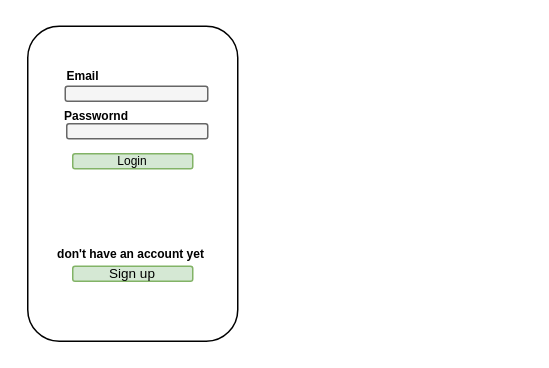
This is Untitled Diagram.drawio from valterlbr/CA, a draw.io file, before an edit. Source tidied: cells renumbered, new cells numbered last; positions are measured from the earlier drawing's top-left corner, leaving out a move shared by most shapes. Both pictures are drawn from the tidied source at 150%, with x=0, y=0 at pixel (26, 26).
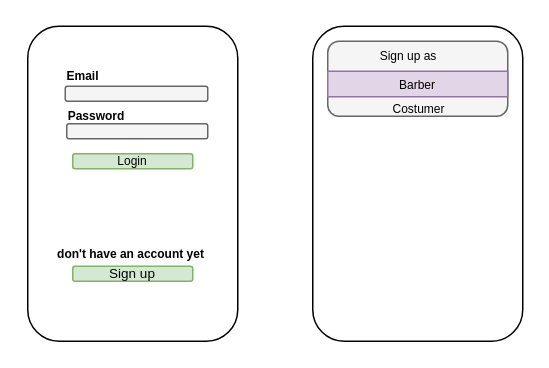
Above is the later version.

Diff of the diagram source:
```diff
@@
 <mxGraphModel>
   <root>
     <mxCell id="0" />
     <mxCell id="1" parent="0" />
     <mxCell id="2" style="rounded=1;whiteSpace=wrap;html=1;" parent="1" vertex="1">
       <mxGeometry x="1" width="140" height="210" as="geometry" />
     </mxCell>
     <mxCell id="3" style="rounded=1;whiteSpace=wrap;html=1;fillColor=#f5f5f5;strokeColor=#666666;fontColor=#333333;" parent="1" vertex="1">
       <mxGeometry x="26" y="40" width="95" height="10" as="geometry" />
     </mxCell>
     <mxCell id="4" value="Sign up" style="rounded=1;whiteSpace=wrap;html=1;fillColor=#d5e8d4;strokeColor=#82b366;fontSize=9;" parent="1" vertex="1">
       <mxGeometry x="31" y="160" width="80" height="10" as="geometry" />
     </mxCell>
     <mxCell id="5" style="rounded=1;whiteSpace=wrap;html=1;fillColor=#f5f5f5;strokeColor=#666666;fontColor=#333333;" parent="1" vertex="1">
       <mxGeometry x="27" y="65" width="94" height="10" as="geometry" />
     </mxCell>
     <mxCell id="6" value="Login" style="rounded=1;whiteSpace=wrap;html=1;fillColor=#d5e8d4;strokeColor=#82b366;fontSize=8;" parent="1" vertex="1">
       <mxGeometry x="31" y="85" width="80" height="10" as="geometry" />
     </mxCell>
     <mxCell id="7" value="&lt;b&gt;&lt;font style=&quot;font-size: 8px&quot;&gt;Email&lt;/font&gt;&lt;/b&gt;" style="text;html=1;strokeColor=none;fillColor=none;align=center;verticalAlign=middle;whiteSpace=wrap;rounded=0;fontSize=9;" parent="1" vertex="1">
       <mxGeometry x="18" y="23" width="40" height="20" as="geometry" />
     </mxCell>
-    <mxCell id="8" value="Passwornd" style="text;html=1;strokeColor=none;fillColor=none;align=center;verticalAlign=middle;whiteSpace=wrap;rounded=0;fontSize=8;fontStyle=1;" parent="1" vertex="1">
+    <mxCell id="8" value="Password" style="text;html=1;strokeColor=none;fillColor=none;align=center;verticalAlign=middle;whiteSpace=wrap;rounded=0;fontSize=8;fontStyle=1;" parent="1" vertex="1">
       <mxGeometry x="27" y="50" width="40" height="20" as="geometry" />
     </mxCell>
     <mxCell id="9" value="don't have an account yet" style="text;html=1;strokeColor=none;fillColor=none;align=center;verticalAlign=middle;whiteSpace=wrap;rounded=0;fontSize=8;fontStyle=1;" parent="1" vertex="1">
       <mxGeometry y="142" width="140" height="20" as="geometry" />
     </mxCell>
+    <mxCell id="10" style="rounded=1;whiteSpace=wrap;html=1;" parent="1" vertex="1">
+      <mxGeometry x="191" width="140" height="210" as="geometry" />
+    </mxCell>
+    <mxCell id="11" style="rounded=1;whiteSpace=wrap;html=1;fontSize=8;fillColor=#f5f5f5;strokeColor=#666666;fontColor=#333333;" parent="1" vertex="1">
+      <mxGeometry x="201" y="10" width="120" height="50" as="geometry" />
+    </mxCell>
+    <mxCell id="12" value="Barber" style="rounded=0;whiteSpace=wrap;html=1;fontSize=8;fillColor=#e1d5e7;strokeColor=#9673a6;" parent="1" vertex="1">
+      <mxGeometry x="201" y="30" width="120" height="17" as="geometry" />
+    </mxCell>
+    <mxCell id="13" value="Sign up as " style="text;html=1;strokeColor=none;fillColor=none;align=center;verticalAlign=middle;whiteSpace=wrap;rounded=0;fontSize=8;" parent="1" vertex="1">
+      <mxGeometry x="210" y="10" width="90" height="20" as="geometry" />
+    </mxCell>
+    <mxCell id="14" value="Costumer" style="text;html=1;strokeColor=none;fillColor=none;align=center;verticalAlign=middle;whiteSpace=wrap;rounded=0;fontSize=8;" parent="1" vertex="1">
+      <mxGeometry x="242" y="45" width="40" height="20" as="geometry" />
+    </mxCell>
   </root>
 </mxGraphModel>
```
